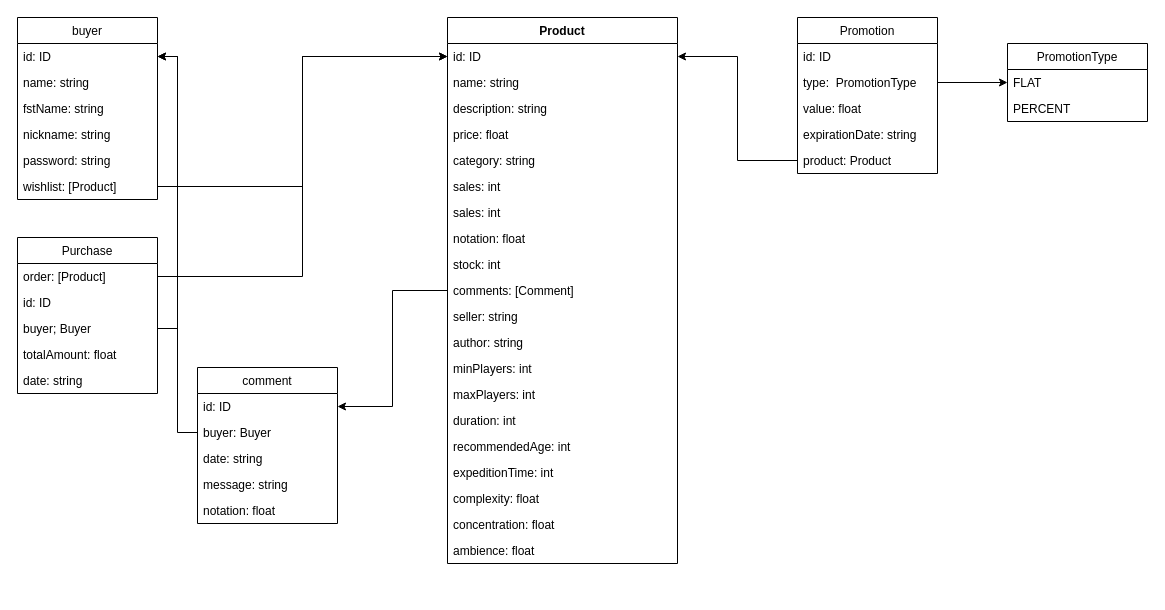
Before: structure.drawio in FC-Dijkstra/mongogames_SGD, a draw.io diagram. Source tidied: cells renumbered, new cells numbered last; positions are measured from the earlier drawing's top-left corner, leaving out a move shared by most shapes. Both pictures are drawn from the tidied source at 100%, with x=0, y=0 at pixel (17, 17).
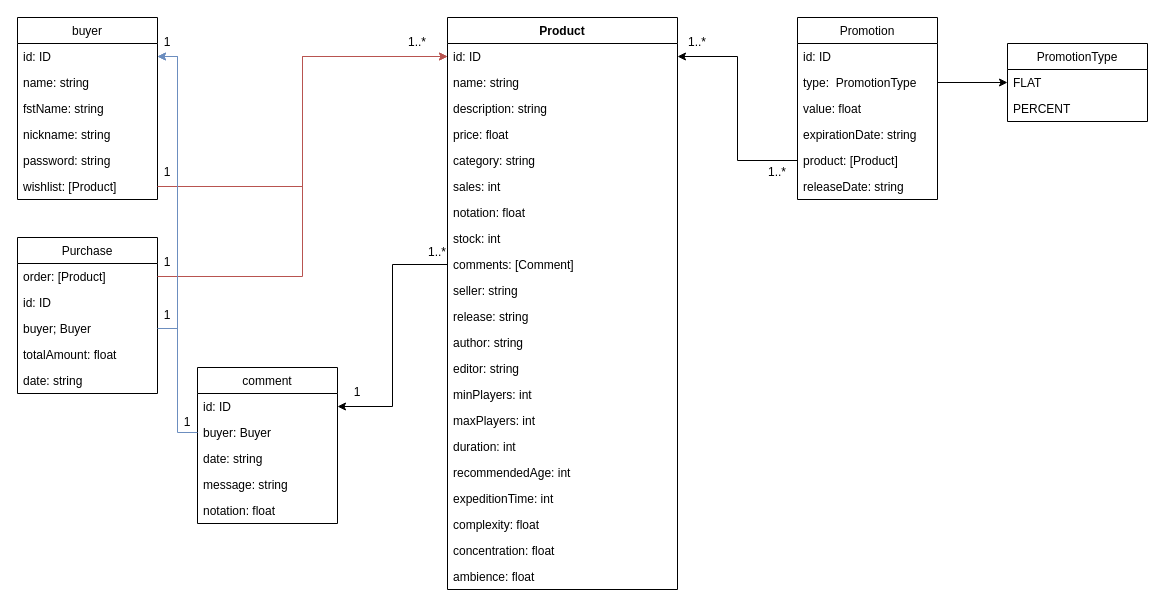
The same diagram, later.

Unchanged cells that the change refers to:
```xml
<mxCell id="3" value="id: ID" style="text;strokeColor=none;fillColor=none;align=left;verticalAlign=top;spacingLeft=4;spacingRight=4;overflow=hidden;points=[[0,0.5],[1,0.5]];portConstraint=eastwest;" parent="2" vertex="1">
  <mxGeometry y="26" width="230" height="26" as="geometry" />
</mxCell>
<mxCell id="34" value="buyer: Buyer" style="text;strokeColor=none;fillColor=none;align=left;verticalAlign=top;spacingLeft=4;spacingRight=4;overflow=hidden;points=[[0,0.5],[1,0.5]];portConstraint=eastwest;" parent="32" vertex="1">
  <mxGeometry y="52" width="140" height="26" as="geometry" />
</mxCell>
<mxCell id="39" value="id: ID" style="text;strokeColor=none;fillColor=none;align=left;verticalAlign=top;spacingLeft=4;spacingRight=4;overflow=hidden;points=[[0,0.5],[1,0.5]];portConstraint=eastwest;" parent="38" vertex="1">
  <mxGeometry y="26" width="140" height="26" as="geometry" />
</mxCell>
<mxCell id="44" value="wishlist: [Product]" style="text;strokeColor=none;fillColor=none;align=left;verticalAlign=top;spacingLeft=4;spacingRight=4;overflow=hidden;points=[[0,0.5],[1,0.5]];portConstraint=eastwest;" parent="38" vertex="1">
  <mxGeometry y="156" width="140" height="26" as="geometry" />
</mxCell>
<mxCell id="46" value="order: [Product]" style="text;strokeColor=none;fillColor=none;align=left;verticalAlign=top;spacingLeft=4;spacingRight=4;overflow=hidden;points=[[0,0.5],[1,0.5]];portConstraint=eastwest;" parent="45" vertex="1">
  <mxGeometry y="26" width="140" height="26" as="geometry" />
</mxCell>
<mxCell id="48" value="buyer; Buyer" style="text;strokeColor=none;fillColor=none;align=left;verticalAlign=top;spacingLeft=4;spacingRight=4;overflow=hidden;points=[[0,0.5],[1,0.5]];portConstraint=eastwest;" parent="45" vertex="1">
  <mxGeometry y="78" width="140" height="26" as="geometry" />
</mxCell>
```

The edit, as a diff of the source:
```diff
@@
     <mxCell id="2" value="Product" style="swimlane;fontStyle=1;align=center;verticalAlign=top;horizontal=1;startSize=26;" parent="1" vertex="1">
-      <mxGeometry x="430" width="230" height="546" as="geometry" />
+      <mxGeometry x="430" width="230" height="572" as="geometry" />
     </mxCell>
@@
-    <mxCell id="9" value="sales: int" style="text;strokeColor=none;fillColor=none;align=left;verticalAlign=top;spacingLeft=4;spacingRight=4;overflow=hidden;" parent="2" vertex="1">
-      <mxGeometry y="182" width="230" height="26" as="geometry" />
-    </mxCell>
     <mxCell id="10" value="notation: float" style="text;strokeColor=none;fillColor=none;align=left;verticalAlign=top;spacingLeft=4;spacingRight=4;overflow=hidden;" parent="2" vertex="1">
-      <mxGeometry y="208" width="230" height="26" as="geometry" />
+      <mxGeometry y="182" width="230" height="26" as="geometry" />
     </mxCell>
     <mxCell id="11" value="stock: int" style="text;strokeColor=none;fillColor=none;align=left;verticalAlign=top;spacingLeft=4;spacingRight=4;overflow=hidden;" parent="2" vertex="1">
-      <mxGeometry y="234" width="230" height="26" as="geometry" />
+      <mxGeometry y="208" width="230" height="26" as="geometry" />
     </mxCell>
     <mxCell id="12" value="comments: [Comment]" style="text;strokeColor=none;fillColor=none;align=left;verticalAlign=top;spacingLeft=4;spacingRight=4;overflow=hidden;points=[[0,0.5],[1,0.5]];portConstraint=eastwest;" parent="2" vertex="1">
-      <mxGeometry y="260" width="230" height="26" as="geometry" />
+      <mxGeometry y="234" width="230" height="26" as="geometry" />
     </mxCell>
     <mxCell id="13" value="seller: string" style="text;strokeColor=none;fillColor=none;align=left;verticalAlign=top;spacingLeft=4;spacingRight=4;overflow=hidden;" parent="2" vertex="1">
-      <mxGeometry y="286" width="230" height="26" as="geometry" />
+      <mxGeometry y="260" width="230" height="26" as="geometry" />
     </mxCell>
+    <mxCell id="58" value="release: string" style="text;strokeColor=none;fillColor=none;align=left;verticalAlign=top;spacingLeft=4;spacingRight=4;overflow=hidden;" parent="2" vertex="1">
+      <mxGeometry y="286" width="230" height="26" as="geometry" />
+    </mxCell>
@@
+    <mxCell id="59" value="editor: string" style="text;strokeColor=none;fillColor=none;align=left;verticalAlign=top;spacingLeft=4;spacingRight=4;overflow=hidden;" parent="2" vertex="1">
+      <mxGeometry y="338" width="230" height="26" as="geometry" />
+    </mxCell>
     <mxCell id="15" value="minPlayers: int" style="text;strokeColor=none;fillColor=none;align=left;verticalAlign=top;spacingLeft=4;spacingRight=4;overflow=hidden;" parent="2" vertex="1">
-      <mxGeometry y="338" width="230" height="26" as="geometry" />
+      <mxGeometry y="364" width="230" height="26" as="geometry" />
     </mxCell>
     <mxCell id="16" value="maxPlayers: int" style="text;strokeColor=none;fillColor=none;align=left;verticalAlign=top;spacingLeft=4;spacingRight=4;overflow=hidden;" parent="2" vertex="1">
-      <mxGeometry y="364" width="230" height="26" as="geometry" />
+      <mxGeometry y="390" width="230" height="26" as="geometry" />
     </mxCell>
     <mxCell id="17" value="duration: int" style="text;strokeColor=none;fillColor=none;align=left;verticalAlign=top;spacingLeft=4;spacingRight=4;overflow=hidden;" parent="2" vertex="1">
-      <mxGeometry y="390" width="230" height="26" as="geometry" />
+      <mxGeometry y="416" width="230" height="26" as="geometry" />
     </mxCell>
     <mxCell id="18" value="recommendedAge: int" style="text;strokeColor=none;fillColor=none;align=left;verticalAlign=top;spacingLeft=4;spacingRight=4;overflow=hidden;" parent="2" vertex="1">
-      <mxGeometry y="416" width="230" height="26" as="geometry" />
+      <mxGeometry y="442" width="230" height="26" as="geometry" />
     </mxCell>
     <mxCell id="19" value="expeditionTime: int" style="text;strokeColor=none;fillColor=none;align=left;verticalAlign=top;spacingLeft=4;spacingRight=4;overflow=hidden;" parent="2" vertex="1">
-      <mxGeometry y="442" width="230" height="26" as="geometry" />
+      <mxGeometry y="468" width="230" height="26" as="geometry" />
     </mxCell>
     <mxCell id="20" value="complexity: float" style="text;strokeColor=none;fillColor=none;align=left;verticalAlign=top;spacingLeft=4;spacingRight=4;overflow=hidden;" parent="2" vertex="1">
-      <mxGeometry y="468" width="230" height="26" as="geometry" />
+      <mxGeometry y="494" width="230" height="26" as="geometry" />
     </mxCell>
     <mxCell id="21" value="concentration: float" style="text;strokeColor=none;fillColor=none;align=left;verticalAlign=top;spacingLeft=4;spacingRight=4;overflow=hidden;" parent="2" vertex="1">
-      <mxGeometry y="494" width="230" height="26" as="geometry" />
+      <mxGeometry y="520" width="230" height="26" as="geometry" />
     </mxCell>
     <mxCell id="22" value="ambience: float" style="text;strokeColor=none;fillColor=none;align=left;verticalAlign=top;spacingLeft=4;spacingRight=4;overflow=hidden;" parent="2" vertex="1">
-      <mxGeometry y="520" width="230" height="26" as="geometry" />
+      <mxGeometry y="546" width="230" height="26" as="geometry" />
     </mxCell>
     <mxCell id="23" value="Promotion" style="swimlane;fontStyle=0;horizontal=1;startSize=26;fillColor=none;" parent="1" vertex="1">
-      <mxGeometry x="780" width="140" height="156" as="geometry" />
+      <mxGeometry x="780" width="140" height="182" as="geometry" />
     </mxCell>
@@
-    <mxCell id="28" value="product: Product" style="text;strokeColor=none;fillColor=none;align=left;verticalAlign=top;spacingLeft=4;spacingRight=4;overflow=hidden;points=[[0,0.5],[1,0.5]];portConstraint=eastwest;" parent="23" vertex="1">
+    <mxCell id="28" value="product: [Product]" style="text;strokeColor=none;fillColor=none;align=left;verticalAlign=top;spacingLeft=4;spacingRight=4;overflow=hidden;points=[[0,0.5],[1,0.5]];portConstraint=eastwest;" parent="23" vertex="1">
       <mxGeometry y="130" width="140" height="26" as="geometry" />
     </mxCell>
+    <mxCell id="60" value="releaseDate: string" style="text;strokeColor=none;fillColor=none;align=left;verticalAlign=top;spacingLeft=4;spacingRight=4;overflow=hidden;" parent="23" vertex="1">
+      <mxGeometry y="156" width="140" height="26" as="geometry" />
+    </mxCell>
@@
-    <mxCell id="52" style="edgeStyle=orthogonalEdgeStyle;rounded=0;jettySize=auto;html=1;exitX=1;exitY=0.5;exitDx=0;exitDy=0;entryX=0;entryY=0.5;entryDx=0;entryDy=0;" parent="1" edge="1" source="44" target="3">
+    <mxCell id="52" style="edgeStyle=orthogonalEdgeStyle;rounded=0;jettySize=auto;html=1;exitX=1;exitY=0.5;exitDx=0;exitDy=0;entryX=0;entryY=0.5;entryDx=0;entryDy=0;fillColor=#f8cecc;strokeColor=#b85450;" parent="1" edge="1" source="44" target="3">
       <mxGeometry relative="1" as="geometry" />
     </mxCell>
-    <mxCell id="53" style="edgeStyle=orthogonalEdgeStyle;rounded=0;jettySize=auto;html=1;exitX=0;exitY=0.5;exitDx=0;exitDy=0;entryX=1;entryY=0.5;entryDx=0;entryDy=0;" parent="1" edge="1" source="34" target="39">
+    <mxCell id="53" style="edgeStyle=orthogonalEdgeStyle;rounded=0;jettySize=auto;html=1;exitX=0;exitY=0.5;exitDx=0;exitDy=0;entryX=1;entryY=0.5;entryDx=0;entryDy=0;fillColor=#dae8fc;strokeColor=#6c8ebf;" parent="1" edge="1" source="34" target="39">
       <mxGeometry relative="1" as="geometry" />
     </mxCell>
-    <mxCell id="54" style="edgeStyle=orthogonalEdgeStyle;rounded=0;jettySize=auto;html=1;exitX=1;exitY=0.5;exitDx=0;exitDy=0;entryX=0;entryY=0.5;entryDx=0;entryDy=0;" parent="1" edge="1" source="46" target="3">
+    <mxCell id="54" style="edgeStyle=orthogonalEdgeStyle;rounded=0;jettySize=auto;html=1;exitX=1;exitY=0.5;exitDx=0;exitDy=0;entryX=0;entryY=0.5;entryDx=0;entryDy=0;fillColor=#f8cecc;strokeColor=#b85450;" parent="1" edge="1" source="46" target="3">
       <mxGeometry relative="1" as="geometry" />
     </mxCell>
-    <mxCell id="55" style="edgeStyle=orthogonalEdgeStyle;rounded=0;jettySize=auto;html=1;exitX=1;exitY=0.5;exitDx=0;exitDy=0;entryX=1;entryY=0.5;entryDx=0;entryDy=0;" parent="1" edge="1" source="48" target="39">
+    <mxCell id="55" style="edgeStyle=orthogonalEdgeStyle;rounded=0;jettySize=auto;html=1;exitX=1;exitY=0.5;exitDx=0;exitDy=0;entryX=1;entryY=0.5;entryDx=0;entryDy=0;fillColor=#dae8fc;strokeColor=#6c8ebf;" parent="1" edge="1" source="48" target="39">
       <mxGeometry relative="1" as="geometry">
         <Array as="points">
           <mxPoint x="160" y="311" />
           <mxPoint x="160" y="39" />
         </Array>
       </mxGeometry>
     </mxCell>
@@
+    <mxCell id="61" value="1..*" style="text;html=1;strokeColor=none;fillColor=none;align=center;verticalAlign=middle;whiteSpace=wrap;rounded=0;" parent="1" vertex="1">
+      <mxGeometry x="650" y="10" width="60" height="30" as="geometry" />
+    </mxCell>
+    <mxCell id="62" value="1..*" style="text;html=1;strokeColor=none;fillColor=none;align=center;verticalAlign=middle;whiteSpace=wrap;rounded=0;" parent="1" vertex="1">
+      <mxGeometry x="730" y="140" width="60" height="30" as="geometry" />
+    </mxCell>
+    <mxCell id="63" value="1..*" style="text;html=1;strokeColor=none;fillColor=none;align=center;verticalAlign=middle;whiteSpace=wrap;rounded=0;" parent="1" vertex="1">
+      <mxGeometry x="390" y="220" width="60" height="30" as="geometry" />
+    </mxCell>
+    <mxCell id="64" value="1" style="text;html=1;strokeColor=none;fillColor=none;align=center;verticalAlign=middle;whiteSpace=wrap;rounded=0;" parent="1" vertex="1">
+      <mxGeometry x="310" y="360" width="60" height="30" as="geometry" />
+    </mxCell>
+    <mxCell id="65" value="1..*" style="text;html=1;strokeColor=none;fillColor=none;align=center;verticalAlign=middle;whiteSpace=wrap;rounded=0;" parent="1" vertex="1">
+      <mxGeometry x="370" y="10" width="60" height="30" as="geometry" />
+    </mxCell>
+    <mxCell id="66" value="1" style="text;html=1;strokeColor=none;fillColor=none;align=center;verticalAlign=middle;whiteSpace=wrap;rounded=0;" parent="1" vertex="1">
+      <mxGeometry x="120" y="230" width="60" height="30" as="geometry" />
+    </mxCell>
+    <mxCell id="67" value="1" style="text;html=1;strokeColor=none;fillColor=none;align=center;verticalAlign=middle;whiteSpace=wrap;rounded=0;" parent="1" vertex="1">
+      <mxGeometry x="120" y="283" width="60" height="30" as="geometry" />
+    </mxCell>
+    <mxCell id="68" value="1" style="text;html=1;strokeColor=none;fillColor=none;align=center;verticalAlign=middle;whiteSpace=wrap;rounded=0;" parent="1" vertex="1">
+      <mxGeometry x="120" y="10" width="60" height="30" as="geometry" />
+    </mxCell>
+    <mxCell id="69" value="1" style="text;html=1;strokeColor=none;fillColor=none;align=center;verticalAlign=middle;whiteSpace=wrap;rounded=0;" parent="1" vertex="1">
+      <mxGeometry x="140" y="390" width="60" height="30" as="geometry" />
+    </mxCell>
+    <mxCell id="70" value="1" style="text;html=1;strokeColor=none;fillColor=none;align=center;verticalAlign=middle;whiteSpace=wrap;rounded=0;" parent="1" vertex="1">
+      <mxGeometry x="120" y="140" width="60" height="30" as="geometry" />
+    </mxCell>
```
